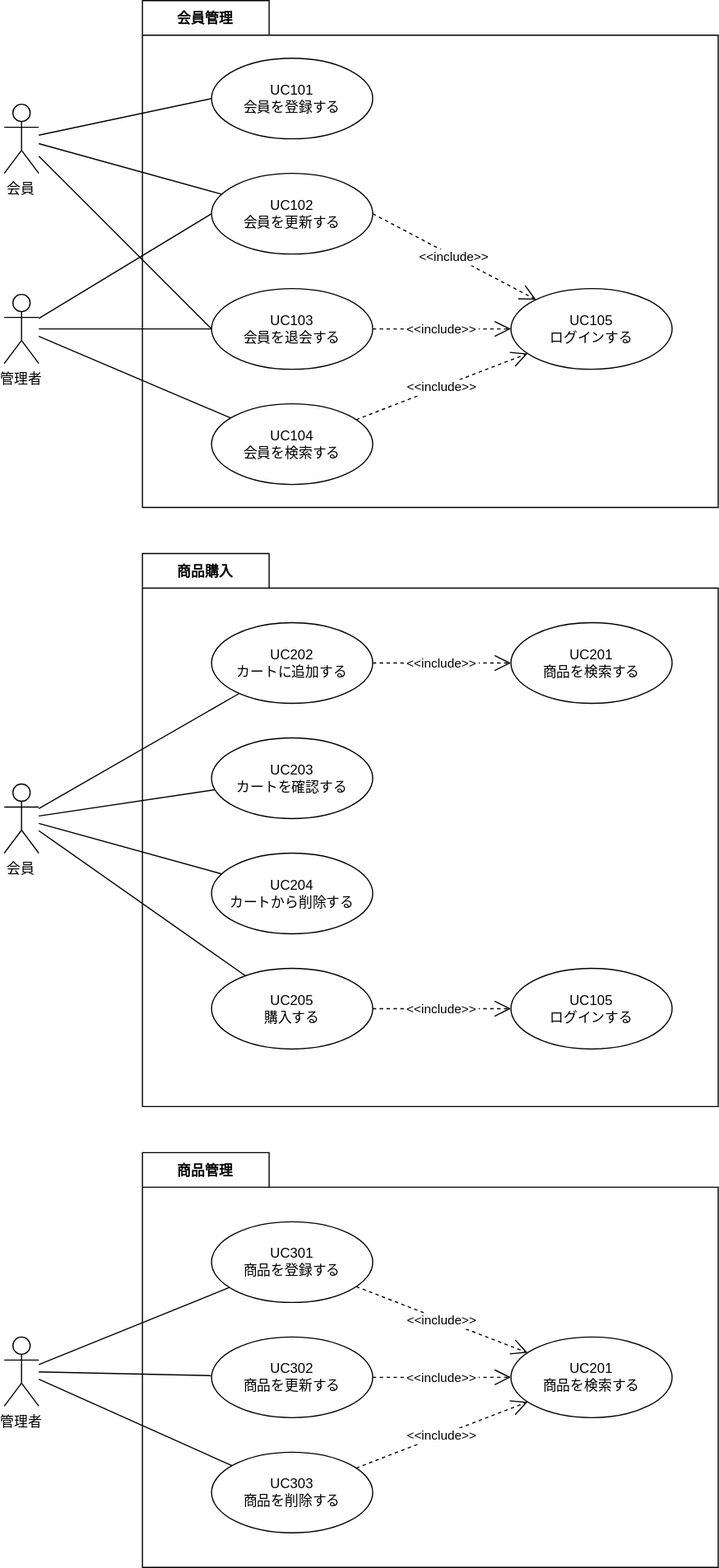
The draw.io diagram documents/10_要件定義/image/usecase.drawio.svg in la-java-silicon-2021/shopping-doc, before a commit. Source tidied: cells renumbered, new cells last; positions are measured from the earlier drawing's top-left corner, leaving out a move shared by most shapes.
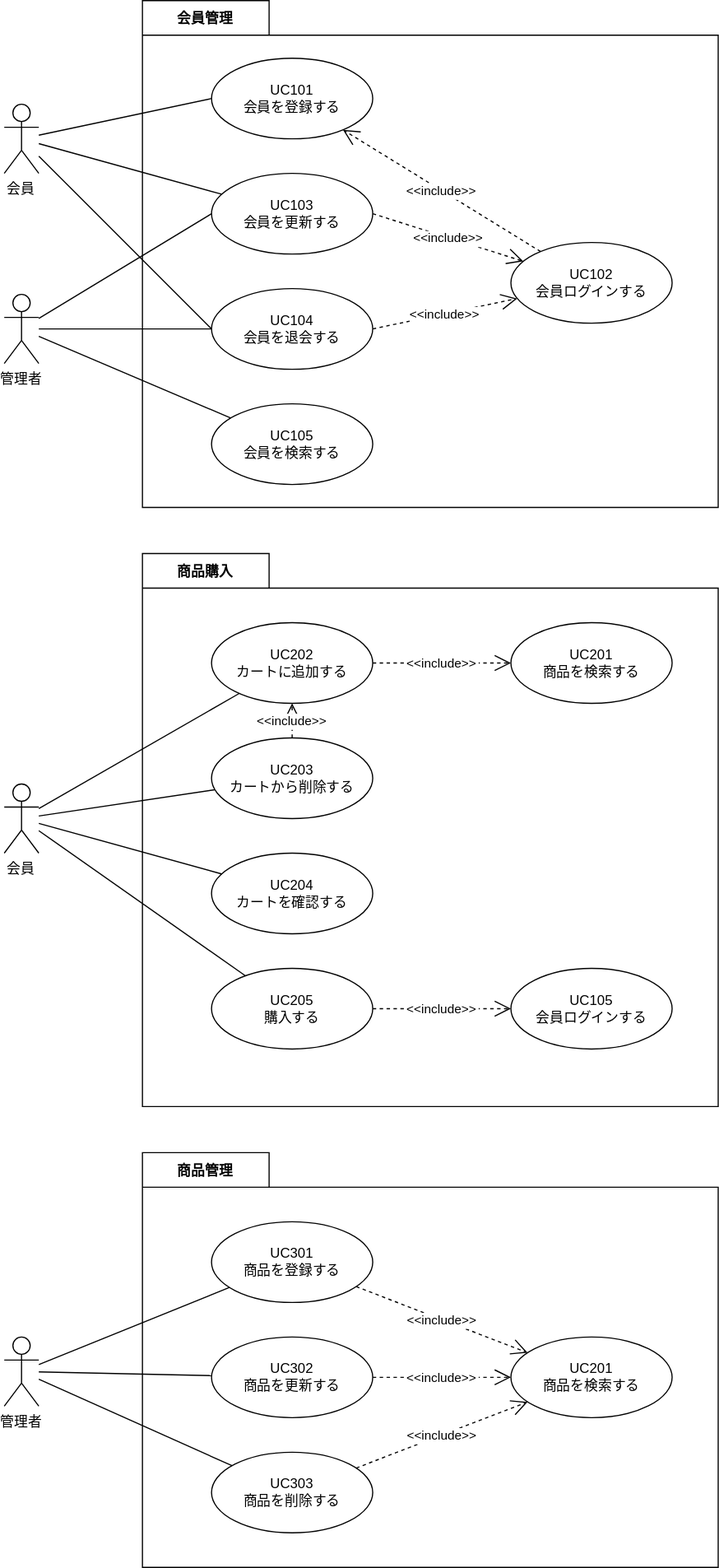
Above is the later version.

The edit, as a diff of the source:
```diff
@@ -11,17 +11,17 @@
     <mxCell id="4" value="UC101&#10;会員を登録する" style="ellipse;whiteSpace=wrap;" parent="1" vertex="1">
       <mxGeometry x="180" y="50" width="140" height="70" as="geometry" />
     </mxCell>
-    <mxCell id="5" value="UC102&#10;会員を更新する" style="ellipse;whiteSpace=wrap;" parent="1" vertex="1">
+    <mxCell id="5" value="UC103&#10;会員を更新する" style="ellipse;whiteSpace=wrap;" parent="1" vertex="1">
       <mxGeometry x="180" y="150" width="140" height="70" as="geometry" />
     </mxCell>
-    <mxCell id="6" value="UC103&#10;会員を退会する" style="ellipse;whiteSpace=wrap;" parent="1" vertex="1">
+    <mxCell id="6" value="UC104&#10;会員を退会する" style="ellipse;whiteSpace=wrap;" parent="1" vertex="1">
       <mxGeometry x="180" y="250" width="140" height="70" as="geometry" />
     </mxCell>
-    <mxCell id="7" value="UC104&#10;会員を検索する" style="ellipse;whiteSpace=wrap;" parent="1" vertex="1">
+    <mxCell id="7" value="UC105&#10;会員を検索する" style="ellipse;whiteSpace=wrap;" parent="1" vertex="1">
       <mxGeometry x="180" y="350" width="140" height="70" as="geometry" />
     </mxCell>
-    <mxCell id="8" value="UC105&#10;ログインする" style="ellipse;whiteSpace=wrap;" parent="1" vertex="1">
-      <mxGeometry x="440" y="250" width="140" height="70" as="geometry" />
+    <mxCell id="8" value="UC102&#10;会員ログインする" style="ellipse;whiteSpace=wrap;" parent="1" vertex="1">
+      <mxGeometry x="440" y="210" width="140" height="70" as="geometry" />
     </mxCell>
     <mxCell id="9" value="管理者" style="shape=umlActor;verticalLabelPosition=bottom;verticalAlign=top;" parent="1" vertex="1">
       <mxGeometry y="255" width="30" height="60" as="geometry" />
@@ -62,7 +62,7 @@
     <mxCell id="21" value="UC205&#10;購入する" style="ellipse;whiteSpace=wrap;" parent="1" vertex="1">
       <mxGeometry x="180" y="840" width="140" height="70" as="geometry" />
     </mxCell>
-    <mxCell id="22" value="UC203&#10;カートを確認する" style="ellipse;whiteSpace=wrap;" parent="1" vertex="1">
+    <mxCell id="22" value="UC203&#10;カートから削除する" style="ellipse;whiteSpace=wrap;" parent="1" vertex="1">
       <mxGeometry x="180" y="640" width="140" height="70" as="geometry" />
     </mxCell>
     <mxCell id="23" value="&lt;&lt;include&gt;&gt;" style="endArrow=open;endSize=12;dashed=1;" parent="1" edge="1" source="21" target="28">
@@ -80,7 +80,7 @@
     <mxCell id="27" style="endArrow=none;" parent="1" edge="1" source="24" target="21">
       <mxGeometry relative="1" as="geometry" />
     </mxCell>
-    <mxCell id="28" value="UC105&#10;ログインする" style="ellipse;whiteSpace=wrap;" parent="1" vertex="1">
+    <mxCell id="28" value="UC105&#10;会員ログインする" style="ellipse;whiteSpace=wrap;" parent="1" vertex="1">
       <mxGeometry x="440" y="840" width="140" height="70" as="geometry" />
     </mxCell>
     <mxCell id="29" value="商品管理" style="shape=folder;fontStyle=1;tabWidth=110;tabHeight=30;tabPosition=left;boundedLbl=1;labelInHeader=1;" parent="1" vertex="1">
@@ -119,10 +119,7 @@
     <mxCell id="40" style="endArrow=none;" parent="1" edge="1" source="30" target="33">
       <mxGeometry relative="1" as="geometry" />
     </mxCell>
-    <mxCell id="41" value="&lt;&lt;include&gt;&gt;" style="endArrow=open;endSize=12;dashed=1;" parent="1" edge="1" source="7" target="8">
-      <mxGeometry relative="1" as="geometry" />
-    </mxCell>
-    <mxCell id="42" value="UC204&#10;カートから削除する" style="ellipse;whiteSpace=wrap;" parent="1" vertex="1">
+    <mxCell id="42" value="UC204&#10;カートを確認する" style="ellipse;whiteSpace=wrap;" parent="1" vertex="1">
       <mxGeometry x="180" y="740" width="140" height="70" as="geometry" />
     </mxCell>
     <mxCell id="43" style="endArrow=none;" parent="1" edge="1" source="24" target="42">
@@ -131,5 +128,11 @@
     <mxCell id="44" value="&lt;&lt;include&gt;&gt;" style="endArrow=open;endSize=12;dashed=1;" parent="1" edge="1" source="20" target="19">
       <mxGeometry relative="1" as="geometry" />
     </mxCell>
+    <mxCell id="45" value="&lt;&lt;include&gt;&gt;" style="endArrow=open;endSize=12;dashed=1;" parent="1" edge="1" source="8" target="4">
+      <mxGeometry relative="1" as="geometry" />
+    </mxCell>
+    <mxCell id="46" value="&lt;&lt;include&gt;&gt;" style="endArrow=open;endSize=12;dashed=1;" parent="1" edge="1" source="22" target="20">
+      <mxGeometry relative="1" as="geometry" />
+    </mxCell>
   </root>
 </mxGraphModel>
```
